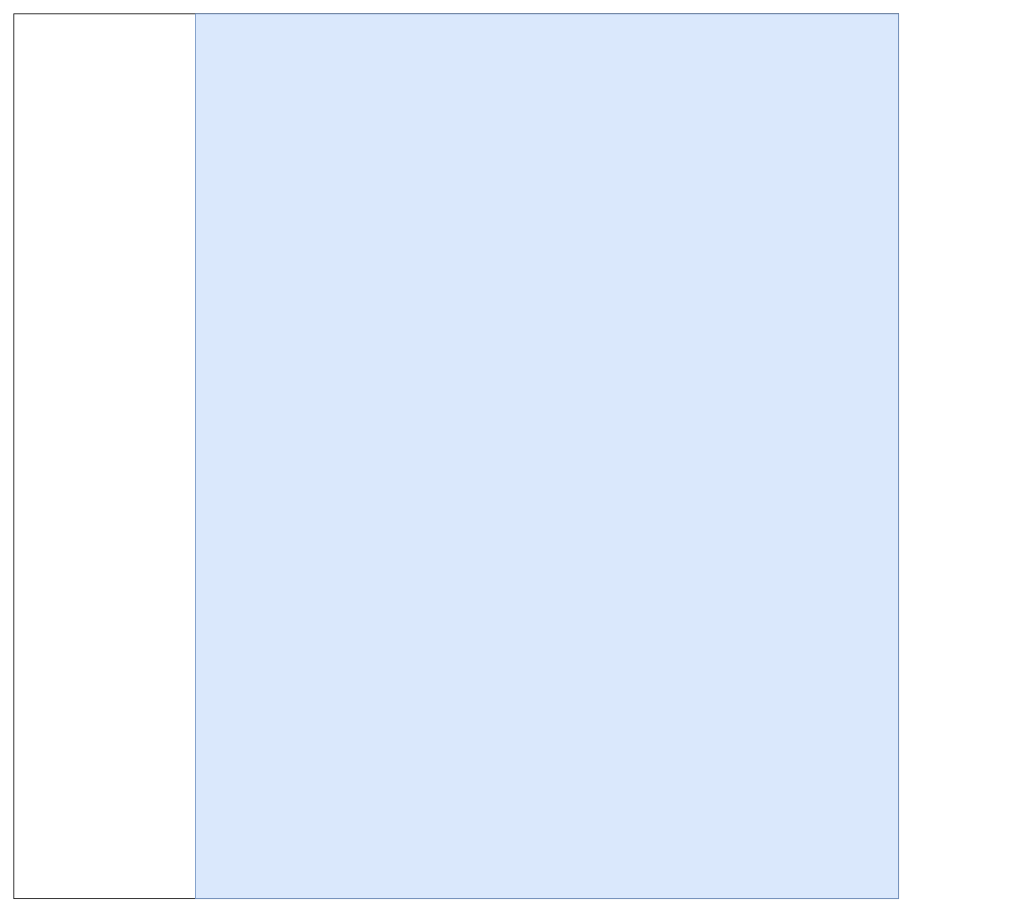
The draw.io diagram documentation/CasUtilisationResponsablePedago.drawio in loganSIO/atDispo, before the edit. Source tidied: cells renumbered, new cells numbered last; positions are measured from the earlier drawing's top-left corner, leaving out a move shared by most shapes. Both pictures are drawn from the tidied source at 79%, with x=0, y=0 at pixel (13, 13).
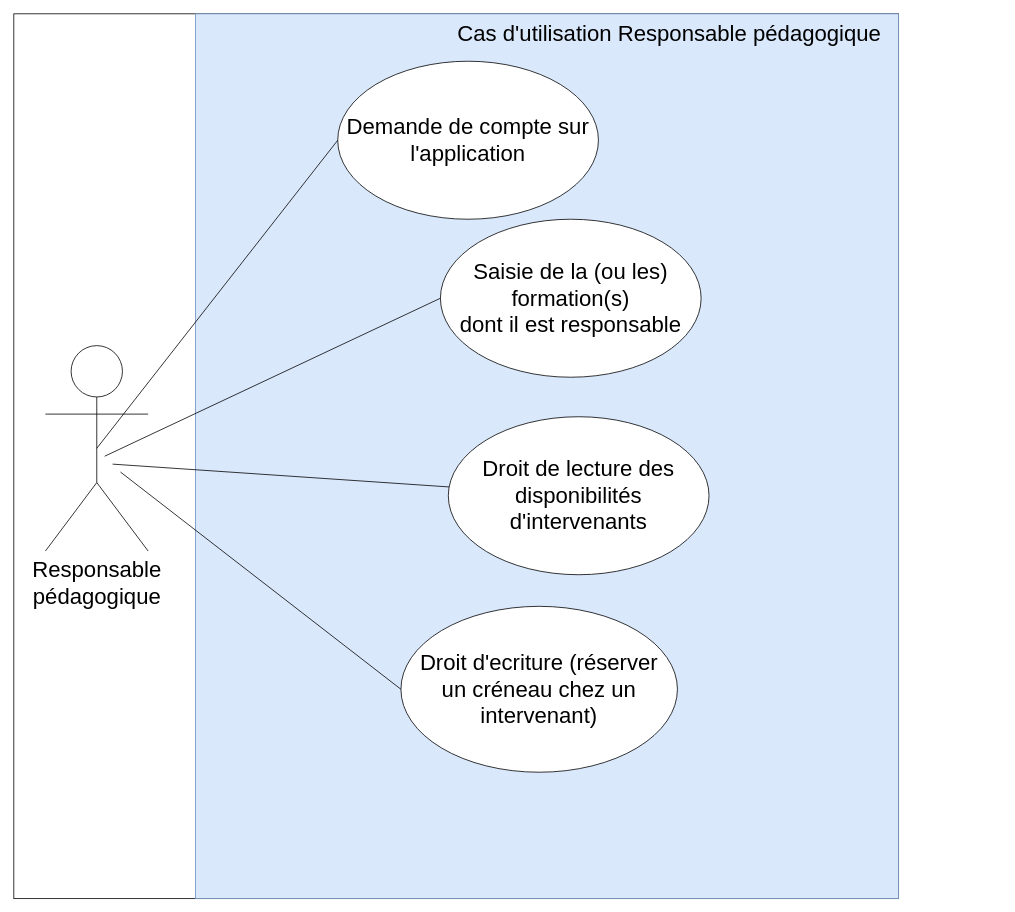
The same diagram, later.

Diff of the diagram source:
```diff
@@
 <mxGraphModel>
   <root>
     <mxCell id="0" />
     <mxCell id="1" parent="0" />
     <mxCell id="2" style="whiteSpace=wrap;html=1;" parent="1" vertex="1">
       <mxGeometry width="1120" height="1120" as="geometry" />
     </mxCell>
     <mxCell id="3" style="whiteSpace=wrap;html=1;fillColor=#dae8fc;strokeColor=#6c8ebf;" parent="1" vertex="1">
       <mxGeometry x="230" width="890" height="1120" as="geometry" />
     </mxCell>
+    <mxCell id="4" value="&lt;div&gt;&lt;font style=&quot;font-size: 28px&quot;&gt;Responsable &lt;br&gt;&lt;/font&gt;&lt;/div&gt;&lt;div&gt;&lt;font style=&quot;font-size: 28px&quot;&gt;pédagogique&lt;/font&gt;&lt;/div&gt;" style="shape=umlActor;verticalLabelPosition=bottom;verticalAlign=top;html=1;outlineConnect=0;" parent="1" vertex="1">
+      <mxGeometry x="40" y="420" width="130" height="260" as="geometry" />
+    </mxCell>
+    <mxCell id="5" value="Demande de compte sur l'application" style="ellipse;whiteSpace=wrap;html=1;fontSize=28;" parent="1" vertex="1">
+      <mxGeometry x="410" y="60" width="330" height="200" as="geometry" />
+    </mxCell>
+    <mxCell id="6" value="Cas d'utilisation Responsable pédagogique" style="text;html=1;strokeColor=none;fillColor=none;align=center;verticalAlign=middle;whiteSpace=wrap;rounded=0;fontSize=28;" parent="1" vertex="1">
+      <mxGeometry x="410" y="10" width="840" height="30" as="geometry" />
+    </mxCell>
+    <mxCell id="7" value="&lt;div&gt;Saisie de la (ou les) formation(s)&lt;/div&gt;&lt;div&gt;dont il est responsable&lt;br&gt;&lt;/div&gt;" style="ellipse;whiteSpace=wrap;html=1;fontSize=28;" parent="1" vertex="1">
+      <mxGeometry x="540" y="260" width="330" height="200" as="geometry" />
+    </mxCell>
+    <mxCell id="8" value="&lt;div&gt;Droit de lecture des&lt;/div&gt;&lt;div&gt;disponibilités &lt;br&gt;&lt;/div&gt;&lt;div&gt;d'intervenants&lt;/div&gt;" style="ellipse;whiteSpace=wrap;html=1;fontSize=28;" parent="1" vertex="1">
+      <mxGeometry x="550" y="510" width="330" height="200" as="geometry" />
+    </mxCell>
+    <mxCell id="9" value="&lt;div&gt;Droit d'ecriture (réserver&lt;/div&gt;&lt;div&gt;un créneau chez un &lt;br&gt;&lt;/div&gt;&lt;div&gt;intervenant)&lt;br&gt;&lt;/div&gt;" style="ellipse;whiteSpace=wrap;html=1;fontSize=28;" parent="1" vertex="1">
+      <mxGeometry x="490" y="750" width="350" height="210" as="geometry" />
+    </mxCell>
+    <mxCell id="10" style="endArrow=none;html=1;rounded=0;fontSize=28;entryX=0;entryY=0.5;entryDx=0;entryDy=0;exitX=0.5;exitY=0.5;exitDx=0;exitDy=0;exitPerimeter=0;" parent="1" edge="1" source="4" target="5">
+      <mxGeometry relative="1" as="geometry" />
+    </mxCell>
+    <mxCell id="11" style="endArrow=none;html=1;rounded=0;fontSize=28;entryX=0;entryY=0.5;entryDx=0;entryDy=0;exitX=0.5;exitY=0.5;exitDx=0;exitDy=0;exitPerimeter=0;" parent="1" edge="1" target="7">
+      <mxGeometry relative="1" as="geometry">
+        <mxPoint x="115" y="560" as="sourcePoint" />
+      </mxGeometry>
+    </mxCell>
+    <mxCell id="12" style="endArrow=none;html=1;rounded=0;fontSize=28;exitX=0.5;exitY=0.5;exitDx=0;exitDy=0;exitPerimeter=0;" parent="1" edge="1" target="8">
+      <mxGeometry relative="1" as="geometry">
+        <mxPoint x="125" y="570" as="sourcePoint" />
+      </mxGeometry>
+    </mxCell>
+    <mxCell id="13" style="endArrow=none;html=1;rounded=0;fontSize=28;exitX=0.5;exitY=0.5;exitDx=0;exitDy=0;exitPerimeter=0;entryX=0;entryY=0.5;entryDx=0;entryDy=0;" parent="1" edge="1" target="9">
+      <mxGeometry relative="1" as="geometry">
+        <mxPoint x="135" y="580" as="sourcePoint" />
+      </mxGeometry>
+    </mxCell>
   </root>
 </mxGraphModel>
```
